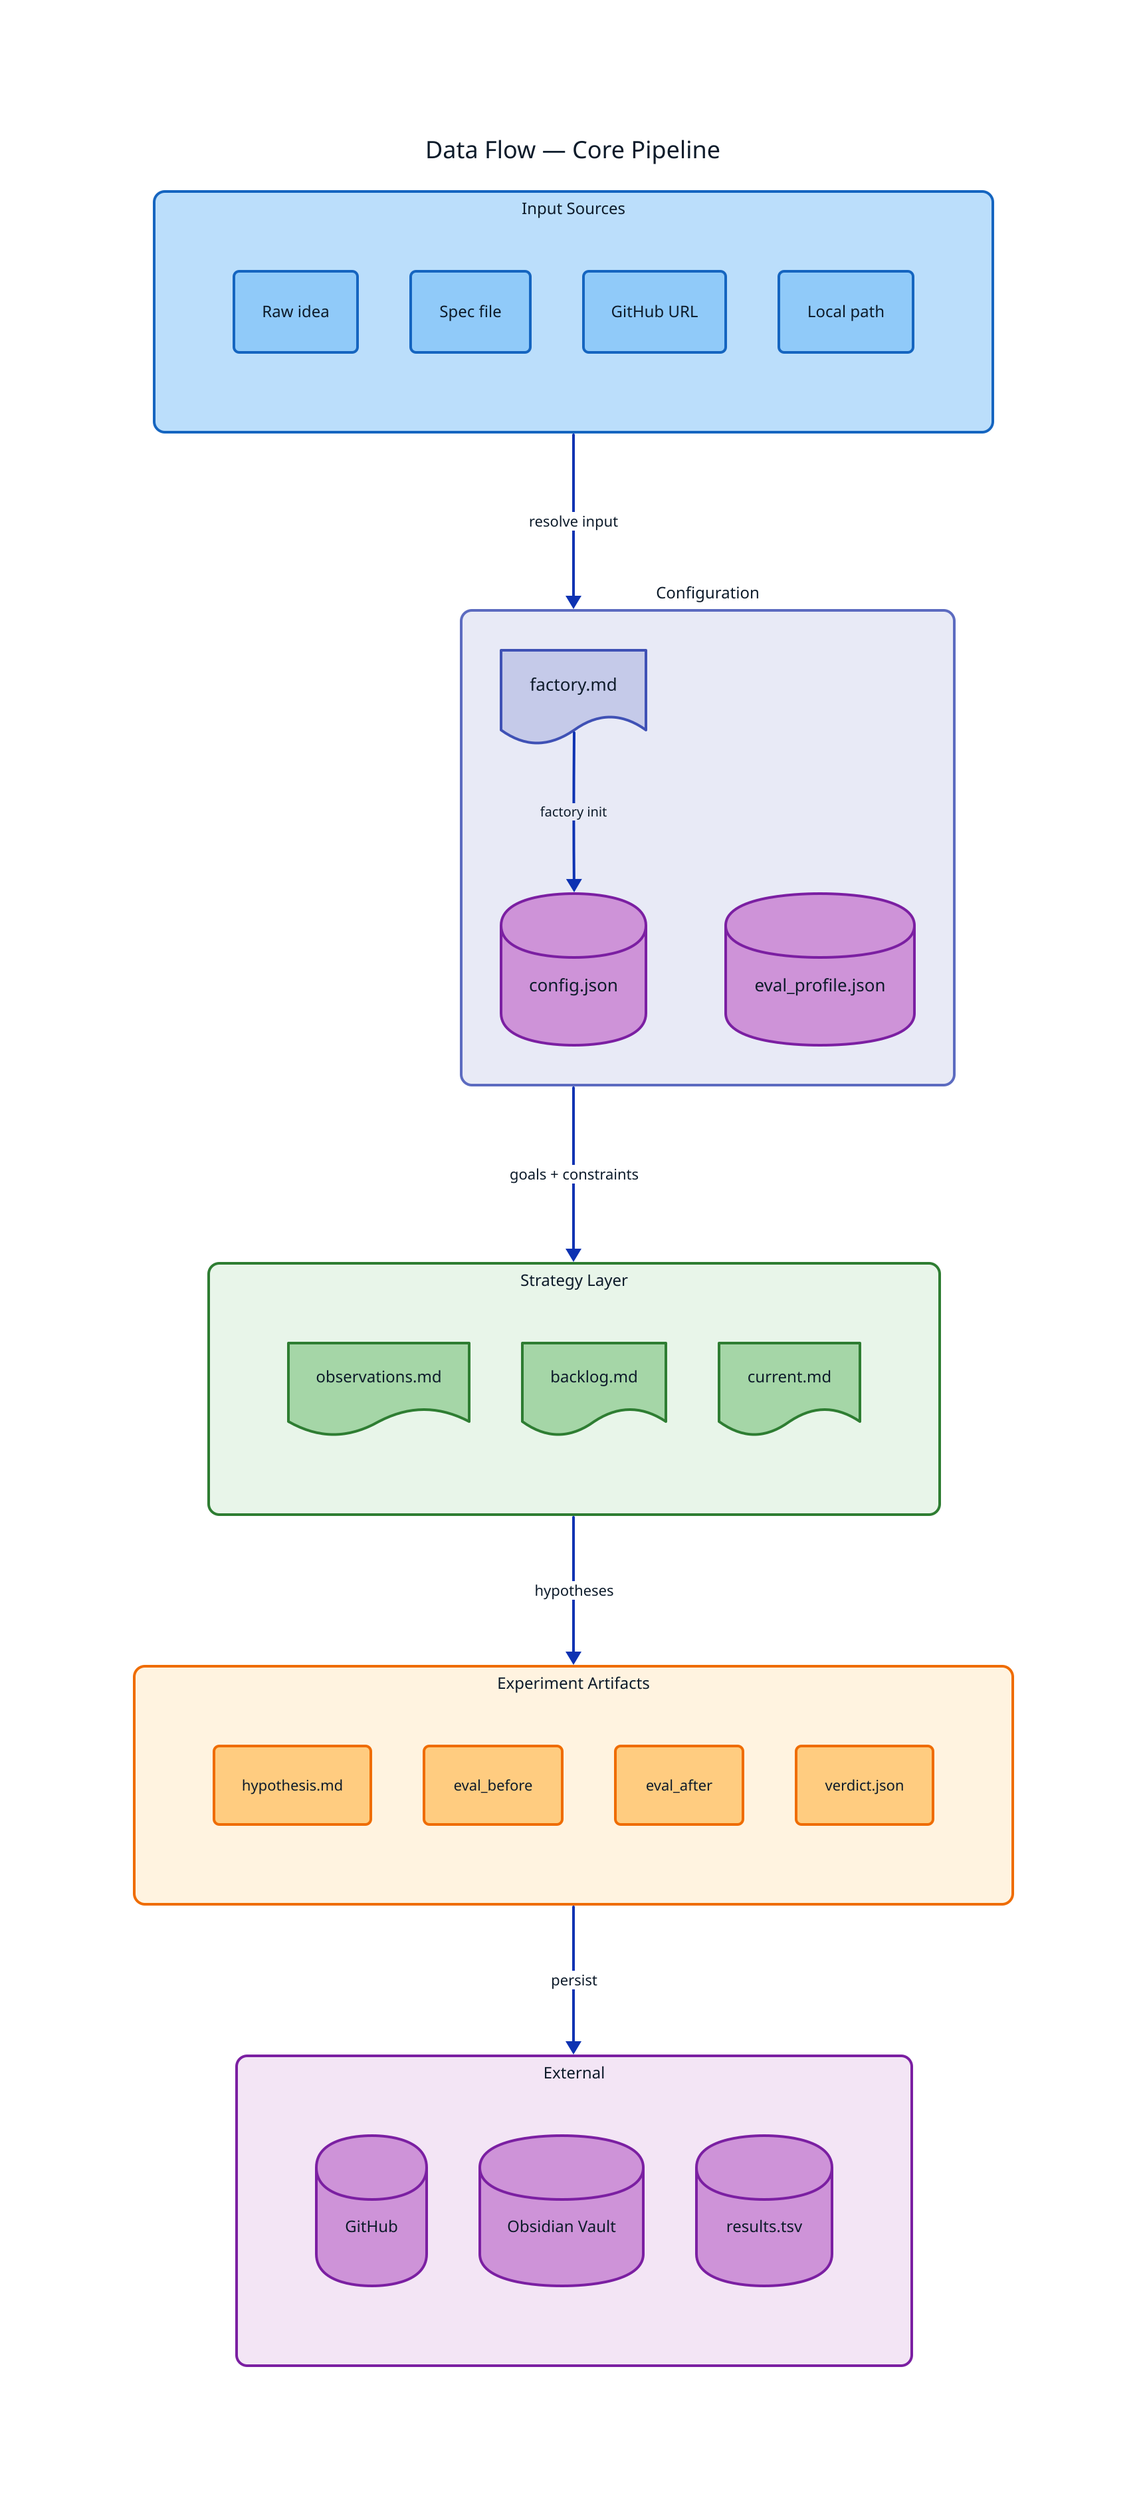
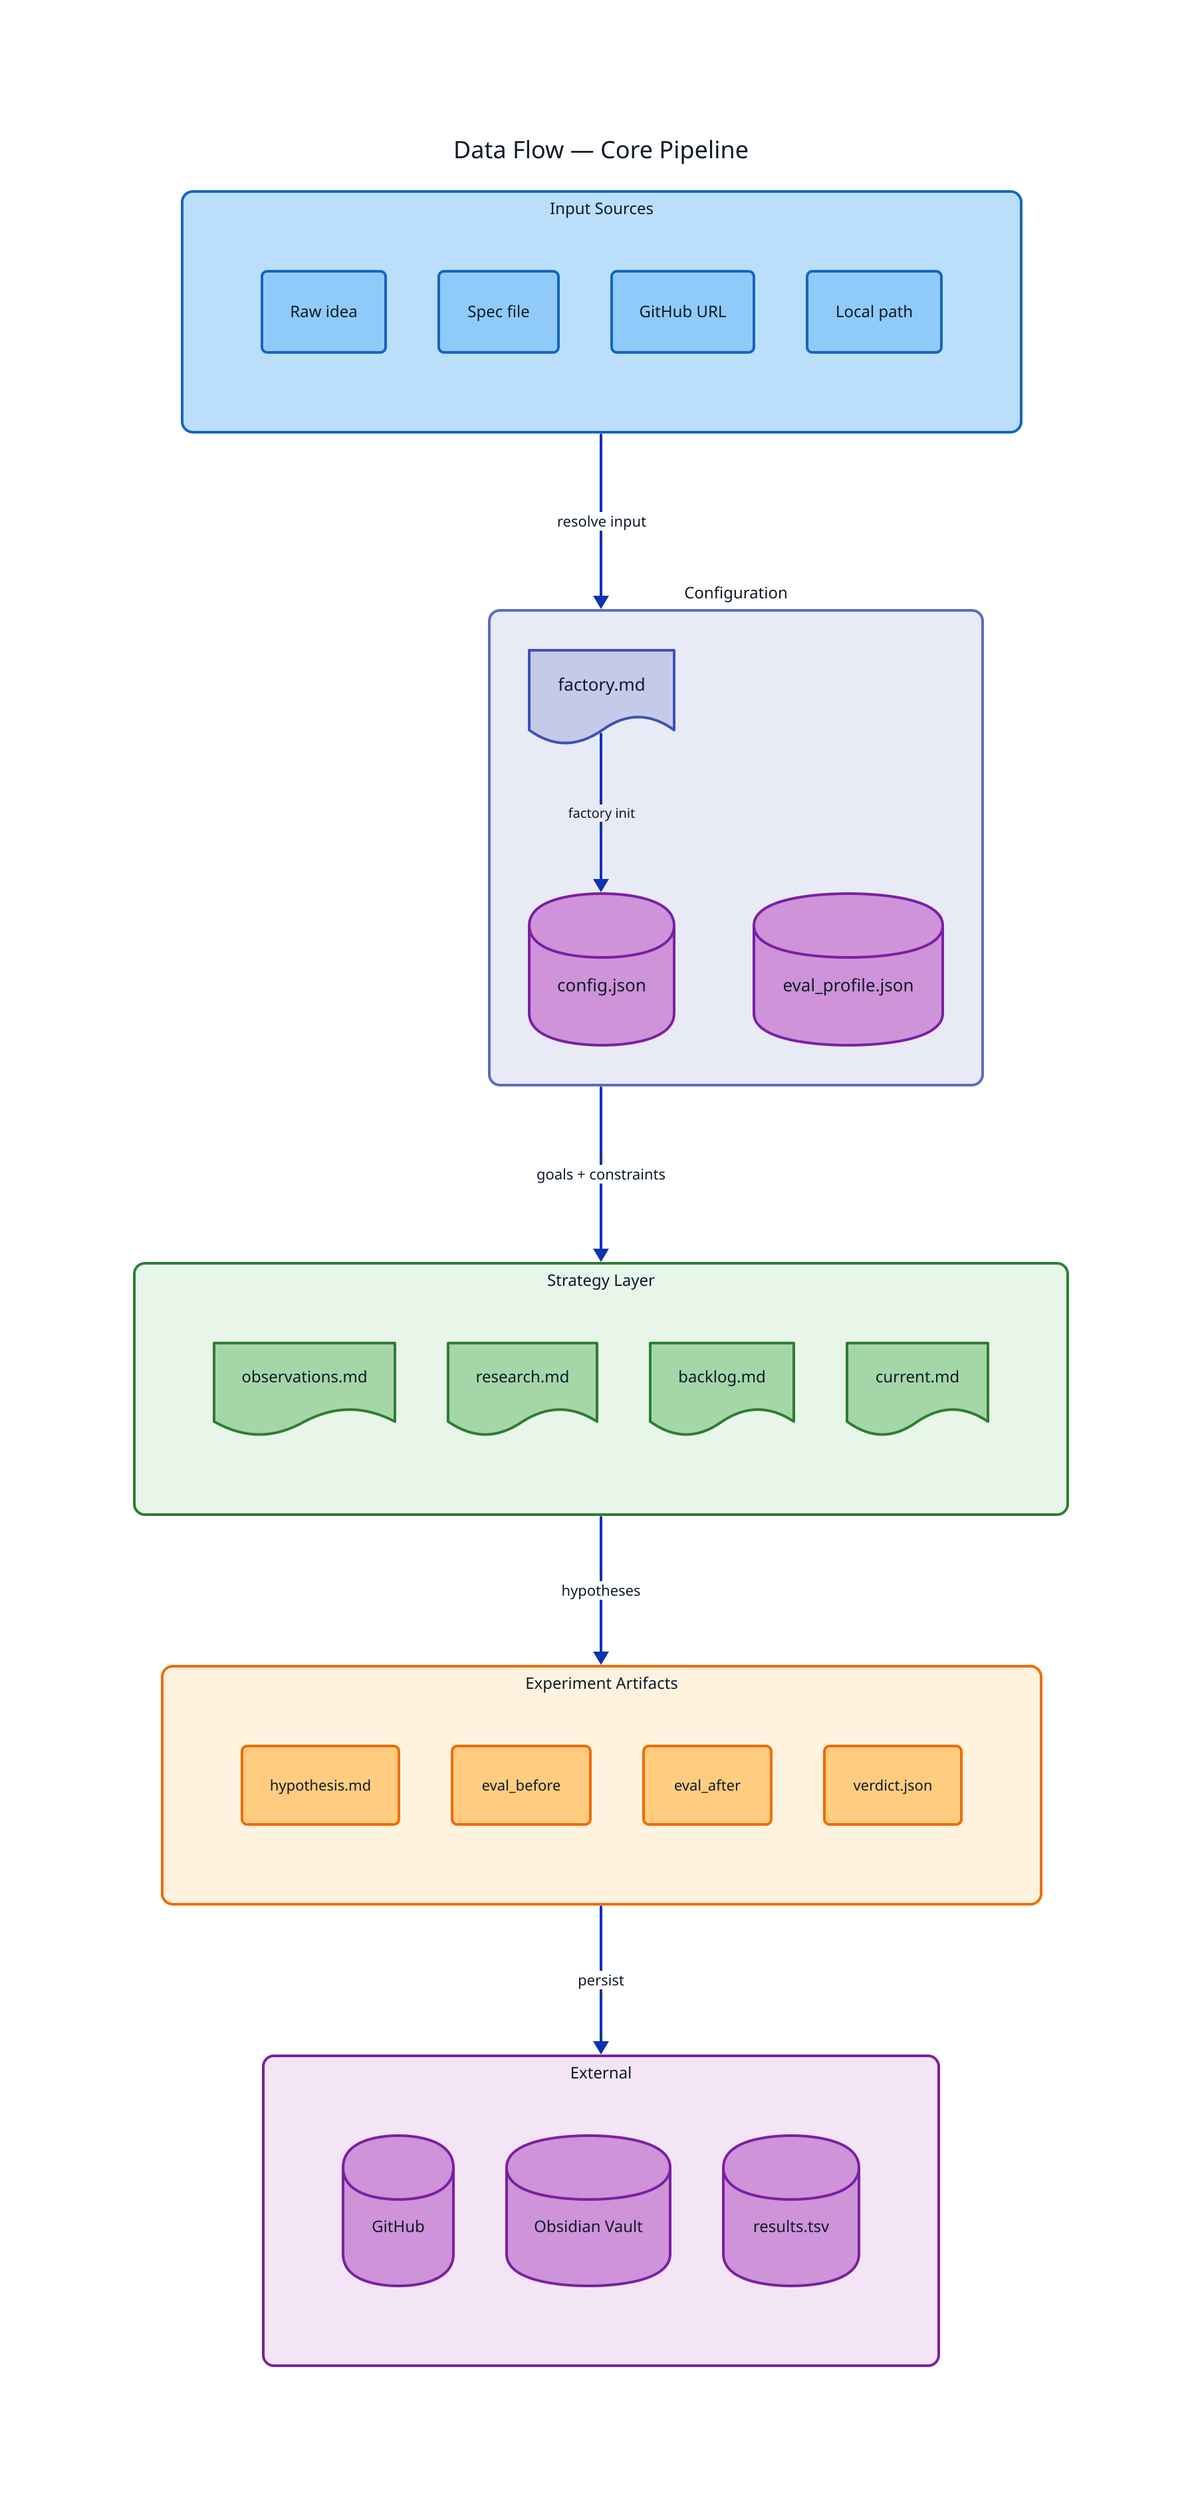
direction: down

vars: {
  d2-config: {
    layout-engine: elk
  }
}

title: {
  label: "Data Flow — Core Pipeline"
  near: top-center
  shape: text
  style: { font-size: 18; bold: true; font-color: "#0D1B2A" }
}

inputs: {
  label: "Input Sources"
  style: { fill: "#BBDEFB"; stroke: "#1565C0"; border-radius: 8; font-color: "#0D1B2A"; bold: true; font-size: 12 }
  grid-columns: 4

  idea: {
    label: "Raw idea"
    style: { fill: "#90CAF9"; stroke: "#1565C0"; font-color: "#0D1B2A"; font-size: 12; border-radius: 4 }
  }
  spec: {
    label: "Spec file"
    style: { fill: "#90CAF9"; stroke: "#1565C0"; font-color: "#0D1B2A"; font-size: 12; border-radius: 4 }
  }
  repo: {
    label: "GitHub URL"
    style: { fill: "#90CAF9"; stroke: "#1565C0"; font-color: "#0D1B2A"; font-size: 12; border-radius: 4 }
  }
  path: {
    label: "Local path"
    style: { fill: "#90CAF9"; stroke: "#1565C0"; font-color: "#0D1B2A"; font-size: 12; border-radius: 4 }
  }
}

config: {
  label: "Configuration"
  style: { fill: "#E8EAF6"; stroke: "#5C6BC0"; border-radius: 8; font-color: "#0D1B2A"; bold: true; font-size: 12 }

  factory_md: {
    label: "factory.md"
    shape: document
    style: { fill: "#C5CAE9"; stroke: "#3F51B5"; font-color: "#0D1B2A"; font-size: 13 }
  }
  config_json: {
    label: "config.json"
    shape: cylinder
    style: { fill: "#CE93D8"; stroke: "#7B1FA2"; font-color: "#0D1B2A"; font-size: 13 }
  }
  eval_profile: {
    label: "eval_profile.json"
    shape: cylinder
    style: { fill: "#CE93D8"; stroke: "#7B1FA2"; font-color: "#0D1B2A"; font-size: 13 }
  }

  factory_md -> config_json: "factory init" {
    style: { font-size: 10; font-color: "#0D1B2A" }
  }
}

strategy: {
  label: "Strategy Layer"
  style: { fill: "#E8F5E9"; stroke: "#2E7D32"; border-radius: 8; font-color: "#0D1B2A"; bold: true; font-size: 12 }
-   grid-columns: 3
+   grid-columns: 4

  observations: {
    label: observations.md
+     shape: document
+     style: { fill: "#A5D6A7"; stroke: "#2E7D32"; font-color: "#0D1B2A"; font-size: 12 }
+   }
+   research: {
+     label: research.md
    shape: document
    style: { fill: "#A5D6A7"; stroke: "#2E7D32"; font-color: "#0D1B2A"; font-size: 12 }
  }
  backlog: {
    label: backlog.md
    shape: document
    style: { fill: "#A5D6A7"; stroke: "#2E7D32"; font-color: "#0D1B2A"; font-size: 12; bold: true }
  }
  current: {
    label: current.md
    shape: document
    style: { fill: "#A5D6A7"; stroke: "#2E7D32"; font-color: "#0D1B2A"; font-size: 12 }
  }
}

experiments: {
  label: "Experiment Artifacts"
  style: { fill: "#FFF3E0"; stroke: "#EF6C00"; border-radius: 8; font-color: "#0D1B2A"; bold: true; font-size: 12 }
  grid-columns: 4

  hypothesis: {
    label: hypothesis.md
    style: { fill: "#FFCC80"; stroke: "#EF6C00"; font-color: "#0D1B2A"; font-size: 11; border-radius: 4 }
  }
  eval_before: {
    label: eval_before
    style: { fill: "#FFCC80"; stroke: "#EF6C00"; font-color: "#0D1B2A"; font-size: 11; border-radius: 4 }
  }
  eval_after: {
    label: eval_after
    style: { fill: "#FFCC80"; stroke: "#EF6C00"; font-color: "#0D1B2A"; font-size: 11; border-radius: 4 }
  }
  verdict: {
    label: verdict.json
    style: { fill: "#FFCC80"; stroke: "#EF6C00"; font-color: "#0D1B2A"; font-size: 11; border-radius: 4 }
  }
}

external: {
  label: "External"
  style: { fill: "#F3E5F5"; stroke: "#7B1FA2"; border-radius: 8; font-color: "#0D1B2A"; bold: true; font-size: 12 }
  grid-columns: 3

  github: {
    label: GitHub
    shape: cylinder
    style: { fill: "#CE93D8"; stroke: "#7B1FA2"; font-color: "#0D1B2A"; font-size: 12 }
  }
  vault: {
    label: "Obsidian Vault"
    shape: cylinder
    style: { fill: "#CE93D8"; stroke: "#7B1FA2"; font-color: "#0D1B2A"; font-size: 12 }
  }
  results_tsv: {
    label: results.tsv
    shape: cylinder
    style: { fill: "#CE93D8"; stroke: "#7B1FA2"; font-color: "#0D1B2A"; font-size: 12 }
  }
}

inputs -> config: "resolve input" {
  style: { font-size: 11; font-color: "#0D1B2A" }
}
config -> strategy: "goals + constraints" {
  style: { font-size: 11; font-color: "#0D1B2A" }
}
strategy -> experiments: "hypotheses" {
  style: { font-size: 11; font-color: "#0D1B2A" }
}
experiments -> external: "persist" {
  style: { font-size: 11; font-color: "#0D1B2A" }
}
